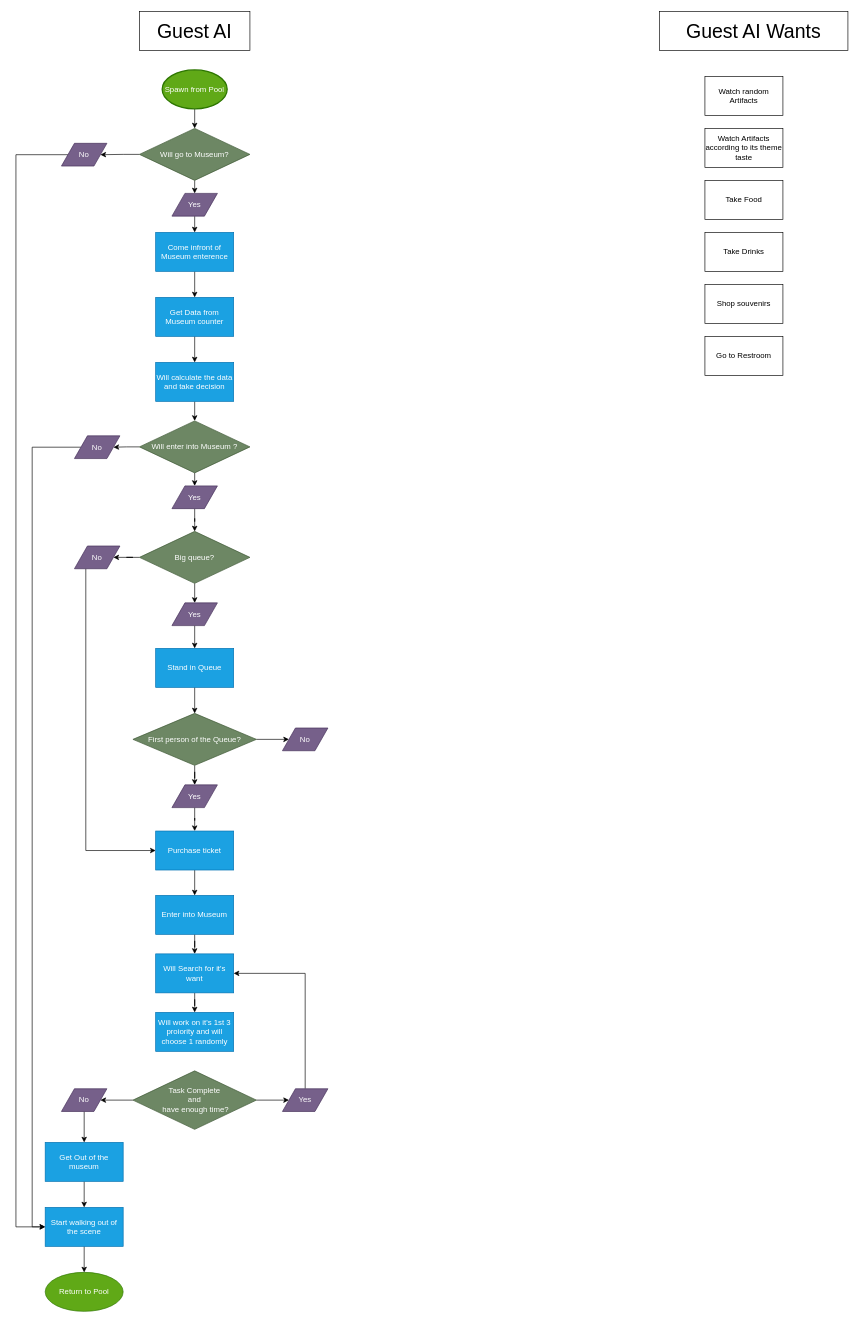
This is page "Enemy AI FlowChart" (5 of 6) of MuseumArchitecture.drawio from shadmanArko/ProjectMuseum, a draw.io file, before an edit. Source tidied: cells renumbered, new cells numbered last; positions are measured from the earlier drawing's top-left corner, leaving out a move shared by most shapes. Both pictures are drawn from the tidied source at 65%, with x=0, y=0 at pixel (16, 11).
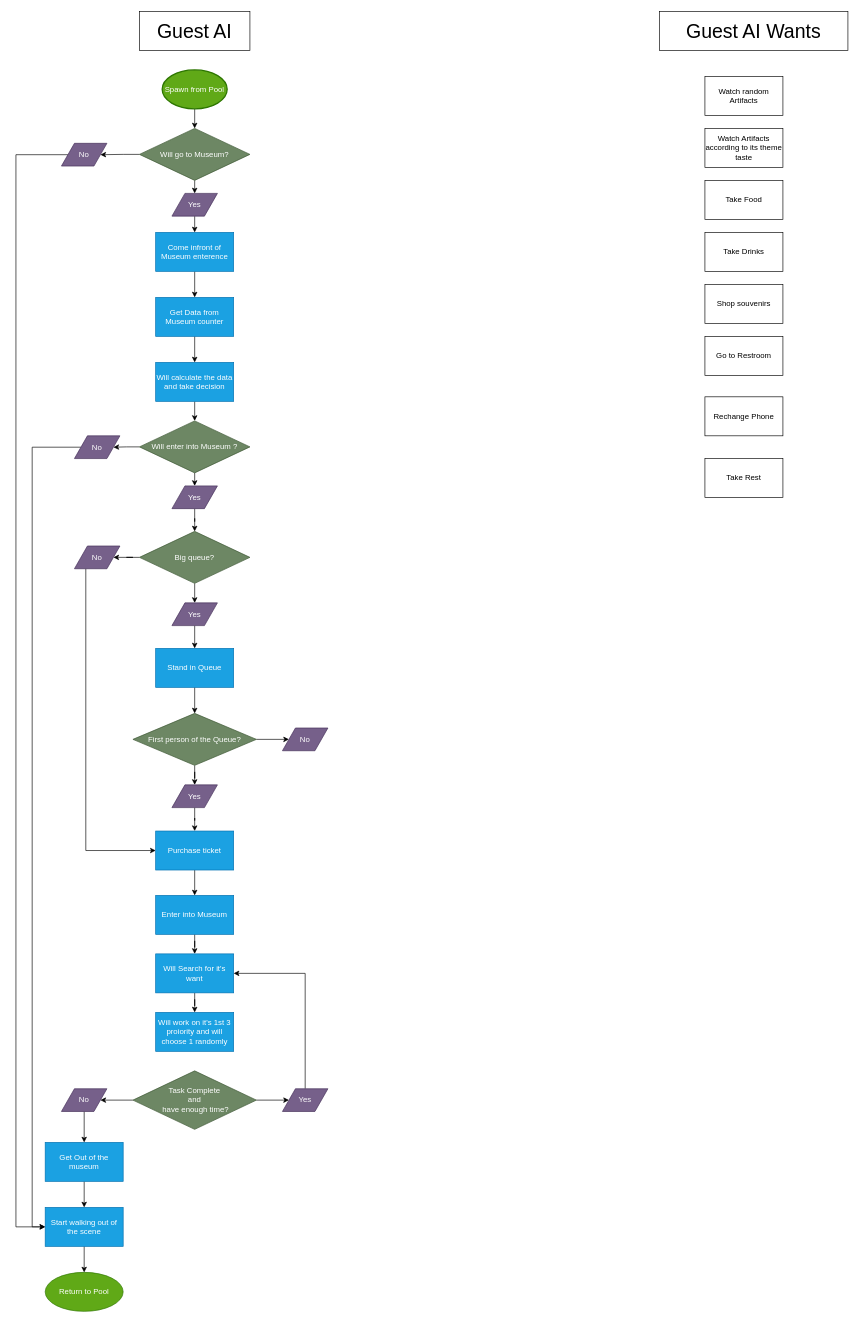
The same page after the edit.

What changed in the source:
```diff
@@
+    <mxCell id="66" value="Rechange Phone" style="rounded=0;whiteSpace=wrap;html=1;" parent="1" vertex="1">
+      <mxGeometry x="1060" y="593" width="120" height="60" as="geometry" />
+    </mxCell>
+    <mxCell id="67" value="Take Rest" style="rounded=0;whiteSpace=wrap;html=1;" parent="1" vertex="1">
+      <mxGeometry x="1060" y="688" width="120" height="60" as="geometry" />
+    </mxCell>
```
